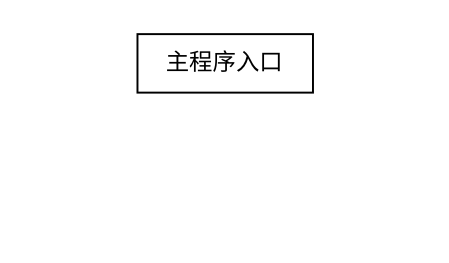
Before: 安卓板块大概价格.drawio in luser233/test01-2025-07-13, a draw.io diagram. Source tidied: cells renumbered, new cells numbered last; positions are measured from the earlier drawing's top-left corner, leaving out a move shared by most shapes. Both pictures are drawn from the tidied source at 195%, with x=0, y=0 at pixel (136, 33).
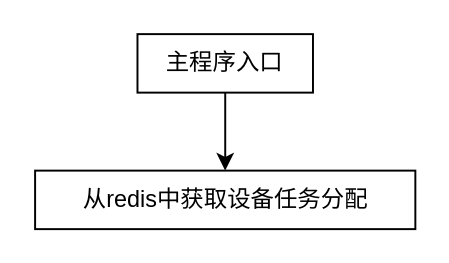
Above is the later version.

Commit message (it also covers changes not shown here):
更新安卓板块大概价格.drawio

Change to the diagram source:
```diff
@@
 <mxGraphModel>
   <root>
     <mxCell id="0" />
     <mxCell id="1" parent="0" />
     <mxCell id="2" value="主程序入口" style="rounded=0;whiteSpace=wrap;html=1;" parent="1" vertex="1">
       <mxGeometry width="90" height="30" as="geometry" />
     </mxCell>
+    <mxCell id="3" style="endArrow=classic;html=1;rounded=0;exitX=0.5;exitY=1;exitDx=0;exitDy=0;" parent="1" edge="1" source="2" target="4">
+      <mxGeometry relative="1" as="geometry" />
+    </mxCell>
+    <mxCell id="4" value="从redis中获取设备任务分配" style="rounded=0;whiteSpace=wrap;html=1;" parent="1" vertex="1">
+      <mxGeometry x="-52.5" y="70" width="195" height="30" as="geometry" />
+    </mxCell>
   </root>
 </mxGraphModel>
```
